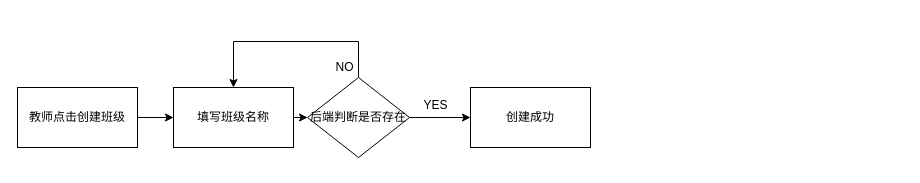
Before: examinationSystemVue/src/4-2-6.drawio in Sakeyuan/Web-ExaminationSystem, a draw.io diagram. Source tidied: cells renumbered, new cells numbered last; positions are measured from the earlier drawing's top-left corner, leaving out a move shared by most shapes. Both pictures are drawn from the tidied source at 100%, with x=0, y=0 at pixel (17, 41).
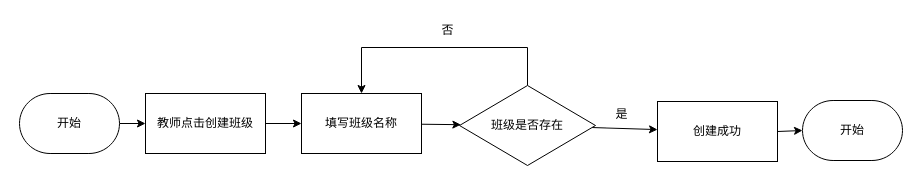
Above is the later version.

Diff of the diagram source:
```diff
@@
 <mxGraphModel background="#ffffff">
   <root>
     <mxCell id="0" />
     <mxCell id="1" parent="0" />
-    <mxCell id="2" style="edgeStyle=none;html=1;strokeColor=#000000;" parent="1" edge="1" source="3" target="5">
+    <mxCell id="2" style="edgeStyle=none;html=1;strokeColor=#000000;fontColor=#000000;strokeWidth=1;" parent="1" edge="1" source="3" target="5">
       <mxGeometry relative="1" as="geometry" />
     </mxCell>
-    <mxCell id="3" value="教师点击创建班级" style="rounded=0;whiteSpace=wrap;html=1;" parent="1" vertex="1">
-      <mxGeometry y="46" width="120" height="60" as="geometry" />
+    <mxCell id="3" value="教师点击创建班级" style="rounded=0;whiteSpace=wrap;html=1;fillColor=#FFFFFF;fontColor=#000000;strokeColor=#000000;strokeWidth=1;" parent="1" vertex="1">
+      <mxGeometry x="128" y="52" width="120" height="60" as="geometry" />
     </mxCell>
-    <mxCell id="4" style="edgeStyle=none;html=1;strokeColor=#000000;" parent="1" edge="1" source="5" target="8">
+    <mxCell id="4" style="edgeStyle=none;html=1;strokeColor=#000000;fontColor=#000000;strokeWidth=1;" parent="1" edge="1" source="5" target="8">
       <mxGeometry relative="1" as="geometry" />
     </mxCell>
-    <mxCell id="5" value="填写班级名称" style="rounded=0;whiteSpace=wrap;html=1;" parent="1" vertex="1">
-      <mxGeometry x="156" y="46" width="120" height="60" as="geometry" />
+    <mxCell id="5" value="填写班级名称" style="rounded=0;whiteSpace=wrap;html=1;fillColor=#FFFFFF;fontColor=#000000;strokeColor=#000000;strokeWidth=1;" parent="1" vertex="1">
+      <mxGeometry x="284" y="52" width="120" height="60" as="geometry" />
     </mxCell>
-    <mxCell id="6" style="edgeStyle=none;html=1;exitX=0.5;exitY=0;exitDx=0;exitDy=0;entryX=0.5;entryY=0;entryDx=0;entryDy=0;strokeColor=#000000;rounded=0;" parent="1" edge="1" source="8" target="5">
+    <mxCell id="6" style="edgeStyle=none;html=1;exitX=0.5;exitY=0;exitDx=0;exitDy=0;entryX=0.5;entryY=0;entryDx=0;entryDy=0;strokeColor=#000000;rounded=0;fontColor=#000000;strokeWidth=1;" parent="1" edge="1" source="8" target="5">
       <mxGeometry relative="1" as="geometry">
         <Array as="points">
-          <mxPoint x="341" />
-          <mxPoint x="216" />
+          <mxPoint x="510" y="6" />
+          <mxPoint x="344" y="6" />
         </Array>
       </mxGeometry>
     </mxCell>
-    <mxCell id="7" style="edgeStyle=none;rounded=0;html=1;strokeColor=#000000;fontColor=#000000;" parent="1" edge="1" source="8" target="10">
+    <mxCell id="7" style="edgeStyle=none;rounded=0;html=1;strokeColor=#000000;fontColor=#000000;strokeWidth=1;" parent="1" edge="1" source="8" target="10">
       <mxGeometry relative="1" as="geometry" />
     </mxCell>
-    <mxCell id="8" value="后端判断是否存在" style="rhombus;whiteSpace=wrap;html=1;rounded=0;" parent="1" vertex="1">
-      <mxGeometry x="290" y="36" width="102" height="80" as="geometry" />
+    <mxCell id="8" value="班级是否存在" style="rhombus;whiteSpace=wrap;html=1;rounded=0;fillColor=#FFFFFF;fontColor=#000000;strokeColor=#000000;strokeWidth=1;" parent="1" vertex="1">
+      <mxGeometry x="442" y="44" width="136" height="80" as="geometry" />
     </mxCell>
-    <mxCell id="9" value="&lt;font color=&quot;#000000&quot;&gt;NO&lt;/font&gt;" style="text;html=1;align=center;verticalAlign=middle;strokeColor=none;fillColor=none;" parent="1" vertex="1">
-      <mxGeometry x="309" y="13" width="36" height="26" as="geometry" />
+    <mxCell id="9" value="&lt;font&gt;否&lt;/font&gt;" style="text;html=1;align=center;verticalAlign=middle;strokeColor=#FFFFFF;fillColor=none;fontColor=#000000;strokeWidth=0;" parent="1" vertex="1">
+      <mxGeometry x="415" y="-24" width="30" height="26" as="geometry" />
     </mxCell>
+    <mxCell id="12" style="edgeStyle=none;html=1;exitX=1;exitY=0.5;exitDx=0;exitDy=0;entryX=0;entryY=0.5;entryDx=0;entryDy=0;entryPerimeter=0;strokeColor=#000000;fontColor=#000000;strokeWidth=1;" parent="1" edge="1" source="10" target="15">
+      <mxGeometry relative="1" as="geometry" />
+    </mxCell>
-    <mxCell id="10" value="创建成功" style="whiteSpace=wrap;html=1;rounded=0;" parent="1" vertex="1">
-      <mxGeometry x="453" y="46" width="120" height="60" as="geometry" />
+    <mxCell id="10" value="创建成功" style="whiteSpace=wrap;html=1;rounded=0;fillColor=#FFFFFF;fontColor=#000000;strokeColor=#000000;strokeWidth=1;" parent="1" vertex="1">
+      <mxGeometry x="640" y="60" width="120" height="60" as="geometry" />
     </mxCell>
-    <mxCell id="11" value="&lt;font color=&quot;#000000&quot;&gt;YES&lt;/font&gt;" style="text;html=1;align=center;verticalAlign=middle;strokeColor=none;fillColor=none;" parent="1" vertex="1">
-      <mxGeometry x="397" y="51" width="42" height="26" as="geometry" />
+    <mxCell id="11" value="&lt;font&gt;是&lt;/font&gt;" style="text;html=1;align=center;verticalAlign=middle;strokeColor=#FFFFFF;fillColor=none;fontColor=#000000;strokeWidth=0;" parent="1" vertex="1">
+      <mxGeometry x="589" y="60" width="30" height="26" as="geometry" />
     </mxCell>
+    <mxCell id="13" style="edgeStyle=none;html=1;exitX=1;exitY=0.5;exitDx=0;exitDy=0;exitPerimeter=0;entryX=0;entryY=0.5;entryDx=0;entryDy=0;strokeColor=#000000;fontColor=#000000;strokeWidth=1;" parent="1" edge="1" source="14" target="3">
+      <mxGeometry relative="1" as="geometry" />
+    </mxCell>
+    <mxCell id="14" value="开始" style="strokeWidth=1;html=1;shape=mxgraph.flowchart.terminator;whiteSpace=wrap;fillColor=#FFFFFF;fontColor=#000000;strokeColor=#000000;" parent="1" vertex="1">
+      <mxGeometry x="2" y="52" width="100" height="60" as="geometry" />
+    </mxCell>
+    <mxCell id="15" value="开始" style="strokeWidth=1;html=1;shape=mxgraph.flowchart.terminator;whiteSpace=wrap;fillColor=#FFFFFF;fontColor=#000000;strokeColor=#000000;" parent="1" vertex="1">
+      <mxGeometry x="785" y="59" width="100" height="60" as="geometry" />
+    </mxCell>
   </root>
 </mxGraphModel>
```
